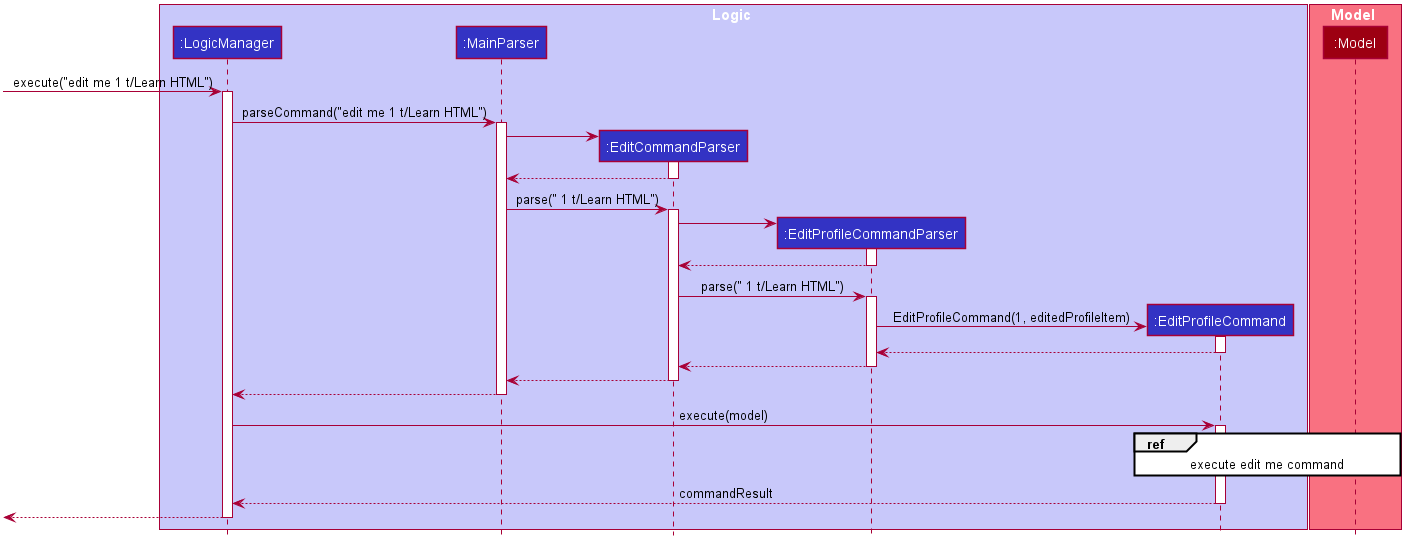
Earlier version of the PlantUML export docs/images/EditProfileCommandSequenceDiagramSimplified.png (shawn-nyk/tp).
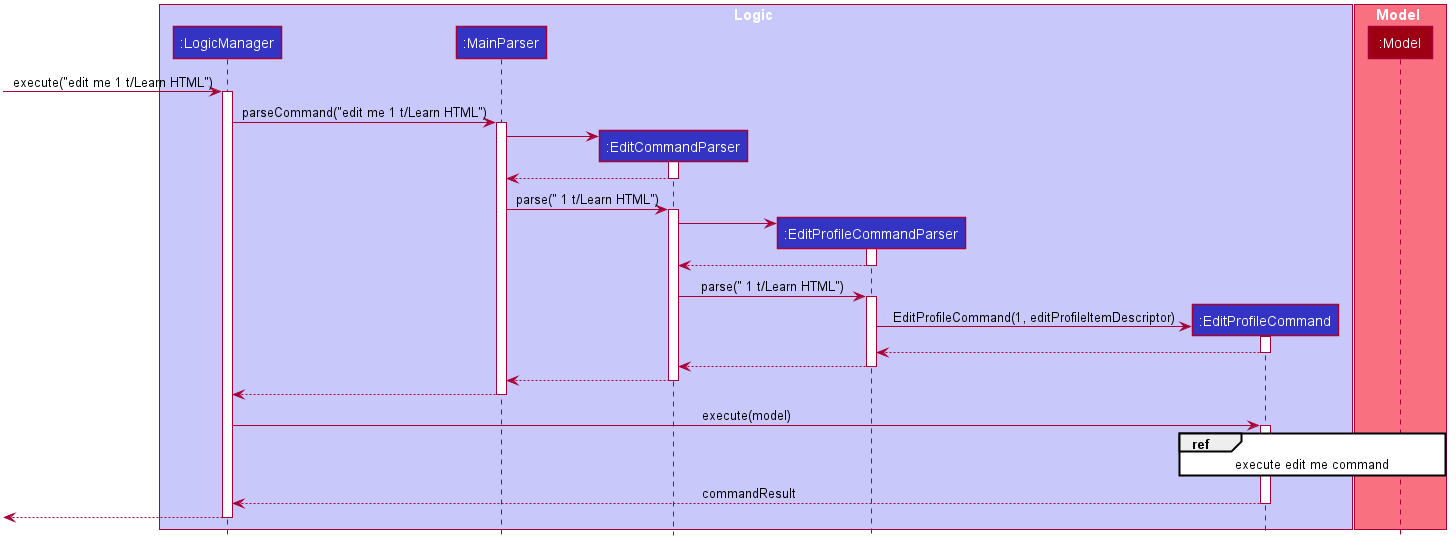
After the commit.

Commit message:
Update use case titles

What changed in the source:
```diff
@@ -88,7 +88,7 @@
 activate EditProfileCommandParser
 
 create EditProfileCommand
-EditProfileCommandParser -> EditProfileCommand : EditProfileCommand(1, editedProfileItem)
+EditProfileCommandParser -> EditProfileCommand : EditProfileCommand(1, editProfileItemDescriptor)
 activate EditProfileCommand
 
 EditProfileCommand --> EditProfileCommandParser
```
